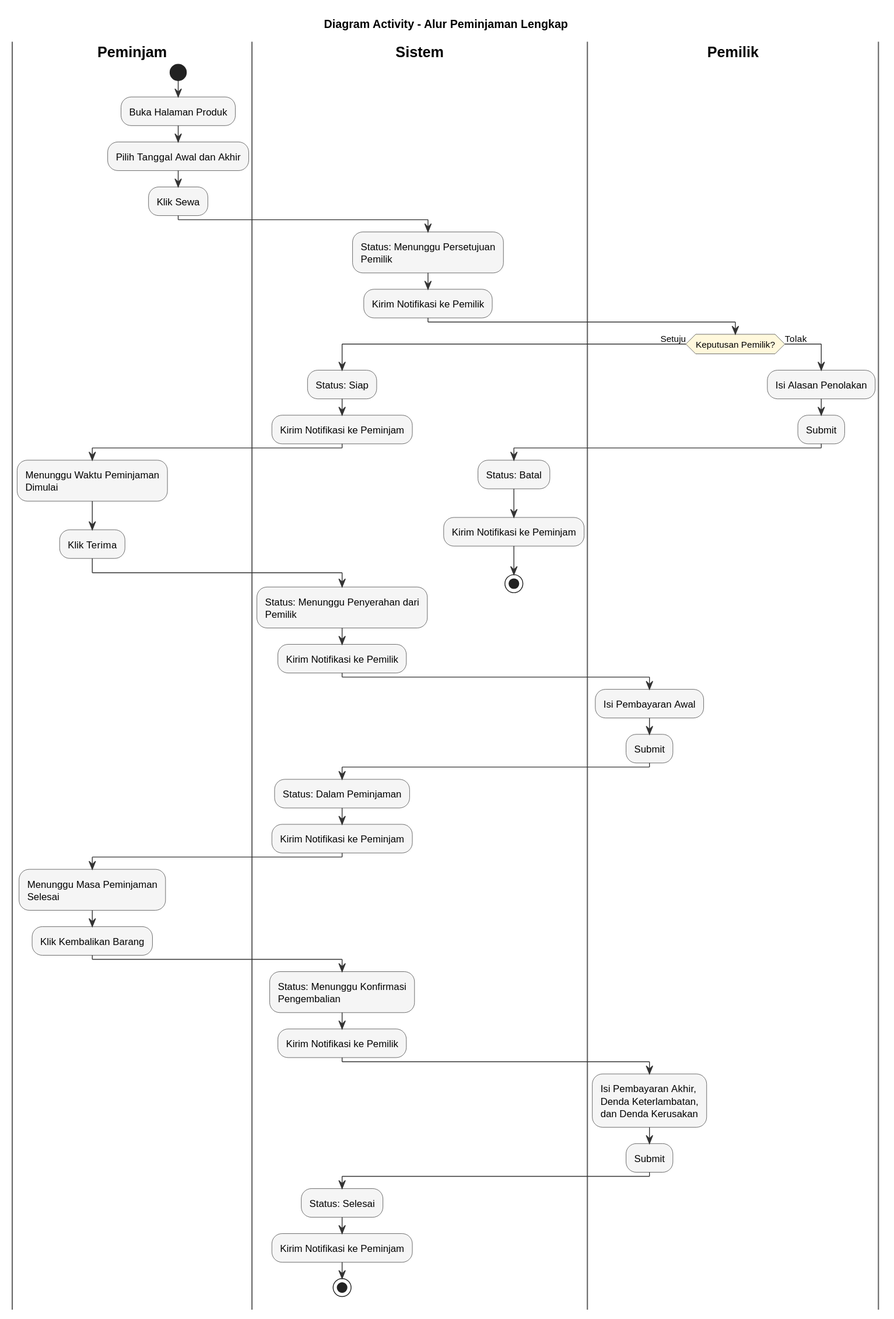
Before: laporan/diagram/output/rental_full_flow.svg, a diagram exported from PlantUML (levirs565/openrent). Source of this version:
```plantuml
@startuml
title Diagram Activity - Alur Peminjaman Lengkap

skinparam ActivityBorderColor #333333
skinparam ActivityBackgroundColor #f5f5f5
skinparam ActivityDiamondBackgroundColor #fff8dc
skinparam ActivityDiamondBorderColor #333333
skinparam ArrowColor #333333
skinparam SwimlaneBorderColor #666666
skinparam SwimlaneTitleFontStyle bold
skinparam wrapWidth 200

|Peminjam|
start
:Buka Halaman Produk;
:Pilih Tanggal Awal dan Akhir;
:Klik Sewa;

|Sistem|
:Status: Menunggu Persetujuan Pemilik;
:Kirim Notifikasi ke Pemilik;

|Pemilik|
if (Keputusan Pemilik?) then (Setuju)

  |Sistem|
  :Status: Siap;
  :Kirim Notifikasi ke Peminjam;

  |Peminjam|
  :Menunggu Waktu Peminjaman Dimulai;
  :Klik Terima;

  |Sistem|
  :Status: Menunggu Penyerahan dari Pemilik;
  :Kirim Notifikasi ke Pemilik;

  |Pemilik|
  :Isi Pembayaran Awal;
  :Submit;

  |Sistem|
  :Status: Dalam Peminjaman;
  :Kirim Notifikasi ke Peminjam;

  |Peminjam|
  :Menunggu Masa Peminjaman Selesai;
  :Klik Kembalikan Barang;

  |Sistem|
  :Status: Menunggu Konfirmasi Pengembalian;
  :Kirim Notifikasi ke Pemilik;

  |Pemilik|
  :Isi Pembayaran Akhir,\nDenda Keterlambatan,\ndan Denda Kerusakan;
  :Submit;

  |Sistem|
  :Status: Selesai;
  :Kirim Notifikasi ke Peminjam;
  stop
else (Tolak)

  |Pemilik|
  :Isi Alasan Penolakan;
  :Submit;

  |Sistem|
  :Status: Batal;
  :Kirim Notifikasi ke Peminjam;
  stop
endif
@enduml
```
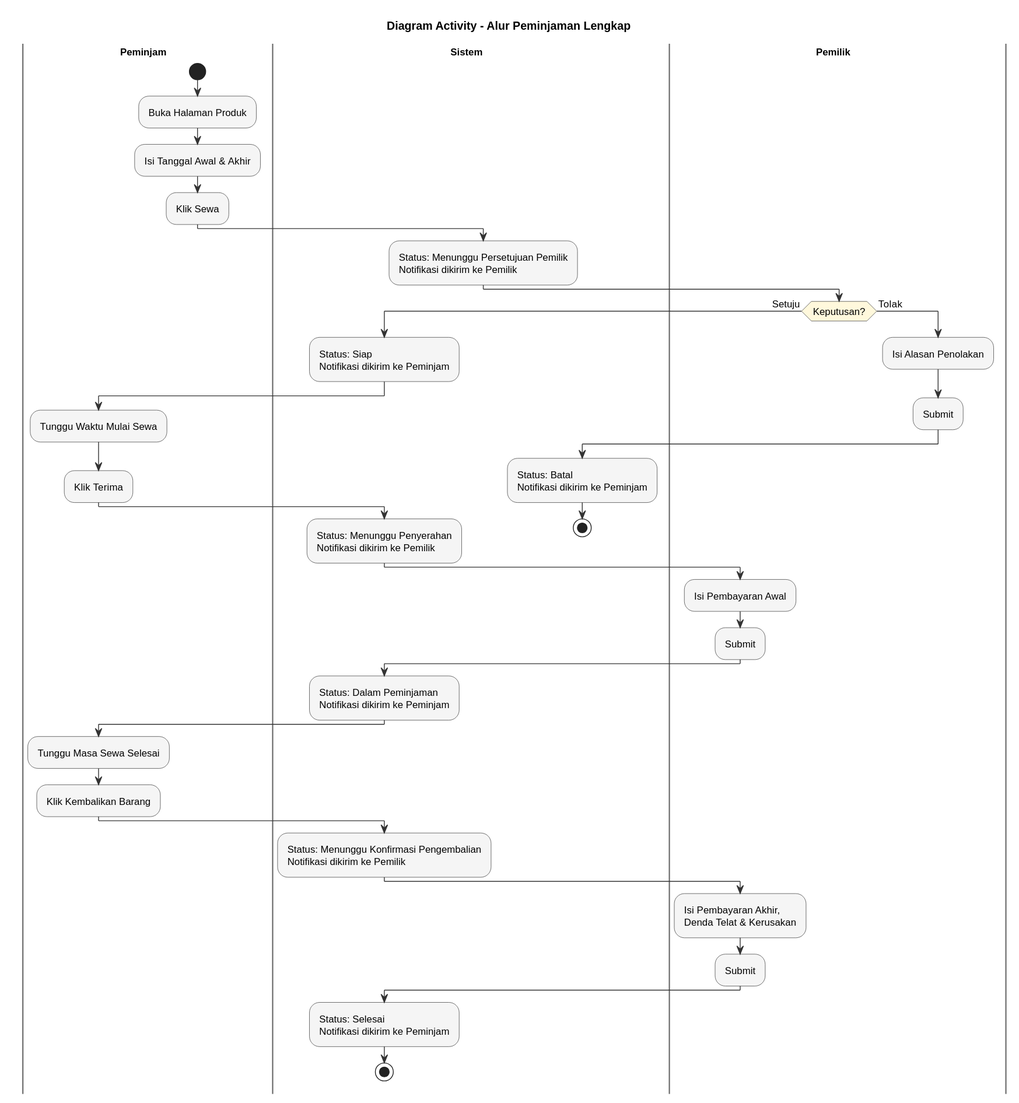
Above is the later version.

Diff of the diagram source:
```diff
@@ -8,57 +8,55 @@
 skinparam ArrowColor #333333
 skinparam SwimlaneBorderColor #666666
 skinparam SwimlaneTitleFontStyle bold
-skinparam wrapWidth 200
+skinparam swimlaneWidth same
+skinparam Padding 2
+skinparam ParticipantPadding 2
+skinparam defaultFontSize 12
 
 |Peminjam|
 start
 :Buka Halaman Produk;
-:Pilih Tanggal Awal dan Akhir;
+:Isi Tanggal Awal & Akhir;
 :Klik Sewa;
 
 |Sistem|
-:Status: Menunggu Persetujuan Pemilik;
-:Kirim Notifikasi ke Pemilik;
+:Status: Menunggu Persetujuan Pemilik\nNotifikasi dikirim ke Pemilik;
 
 |Pemilik|
-if (Keputusan Pemilik?) then (Setuju)
+if (Keputusan?) then (Setuju)
 
   |Sistem|
-  :Status: Siap;
-  :Kirim Notifikasi ke Peminjam;
+  :Status: Siap\nNotifikasi dikirim ke Peminjam;
 
   |Peminjam|
-  :Menunggu Waktu Peminjaman Dimulai;
+  :Tunggu Waktu Mulai Sewa;
   :Klik Terima;
 
   |Sistem|
-  :Status: Menunggu Penyerahan dari Pemilik;
-  :Kirim Notifikasi ke Pemilik;
+  :Status: Menunggu Penyerahan\nNotifikasi dikirim ke Pemilik;
 
   |Pemilik|
   :Isi Pembayaran Awal;
   :Submit;
 
   |Sistem|
-  :Status: Dalam Peminjaman;
-  :Kirim Notifikasi ke Peminjam;
+  :Status: Dalam Peminjaman\nNotifikasi dikirim ke Peminjam;
 
   |Peminjam|
-  :Menunggu Masa Peminjaman Selesai;
+  :Tunggu Masa Sewa Selesai;
   :Klik Kembalikan Barang;
 
   |Sistem|
-  :Status: Menunggu Konfirmasi Pengembalian;
-  :Kirim Notifikasi ke Pemilik;
+  :Status: Menunggu Konfirmasi Pengembalian\nNotifikasi dikirim ke Pemilik;
 
   |Pemilik|
-  :Isi Pembayaran Akhir,\nDenda Keterlambatan,\ndan Denda Kerusakan;
+  :Isi Pembayaran Akhir,\nDenda Telat & Kerusakan;
   :Submit;
 
   |Sistem|
-  :Status: Selesai;
-  :Kirim Notifikasi ke Peminjam;
+  :Status: Selesai\nNotifikasi dikirim ke Peminjam;
   stop
+
 else (Tolak)
 
   |Pemilik|
@@ -66,8 +64,8 @@
   :Submit;
 
   |Sistem|
-  :Status: Batal;
-  :Kirim Notifikasi ke Peminjam;
+  :Status: Batal\nNotifikasi dikirim ke Peminjam;
   stop
+
 endif
 @enduml
```
